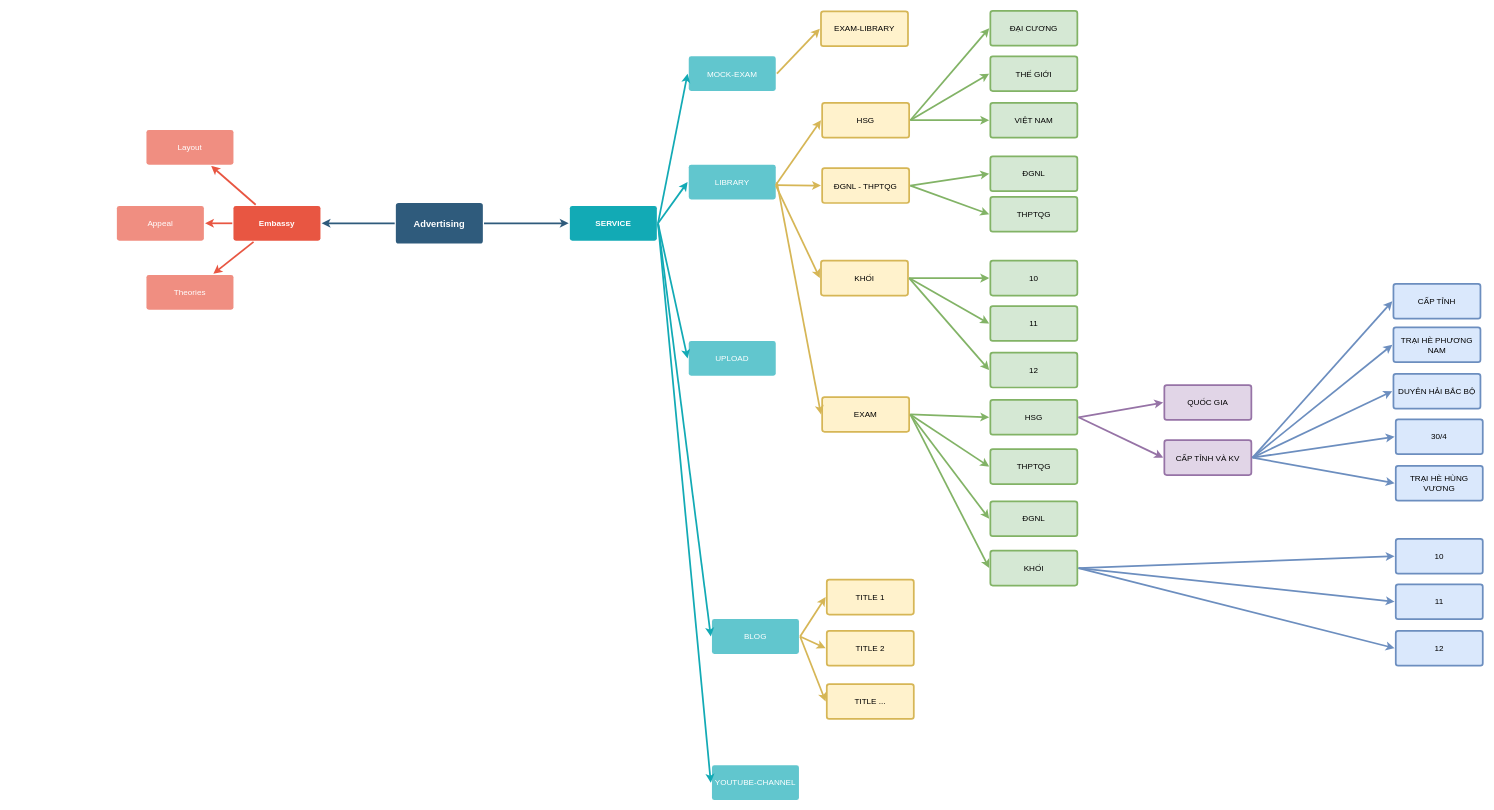
Before: diagram-system.drawio in GEO-PRO/.github, a draw.io diagram. Source tidied: cells renumbered, new cells numbered last; positions are measured from the earlier drawing's top-left corner, leaving out a move shared by most shapes. Both pictures are drawn from the tidied source at 58%, with x=0, y=0 at pixel (117, 10).
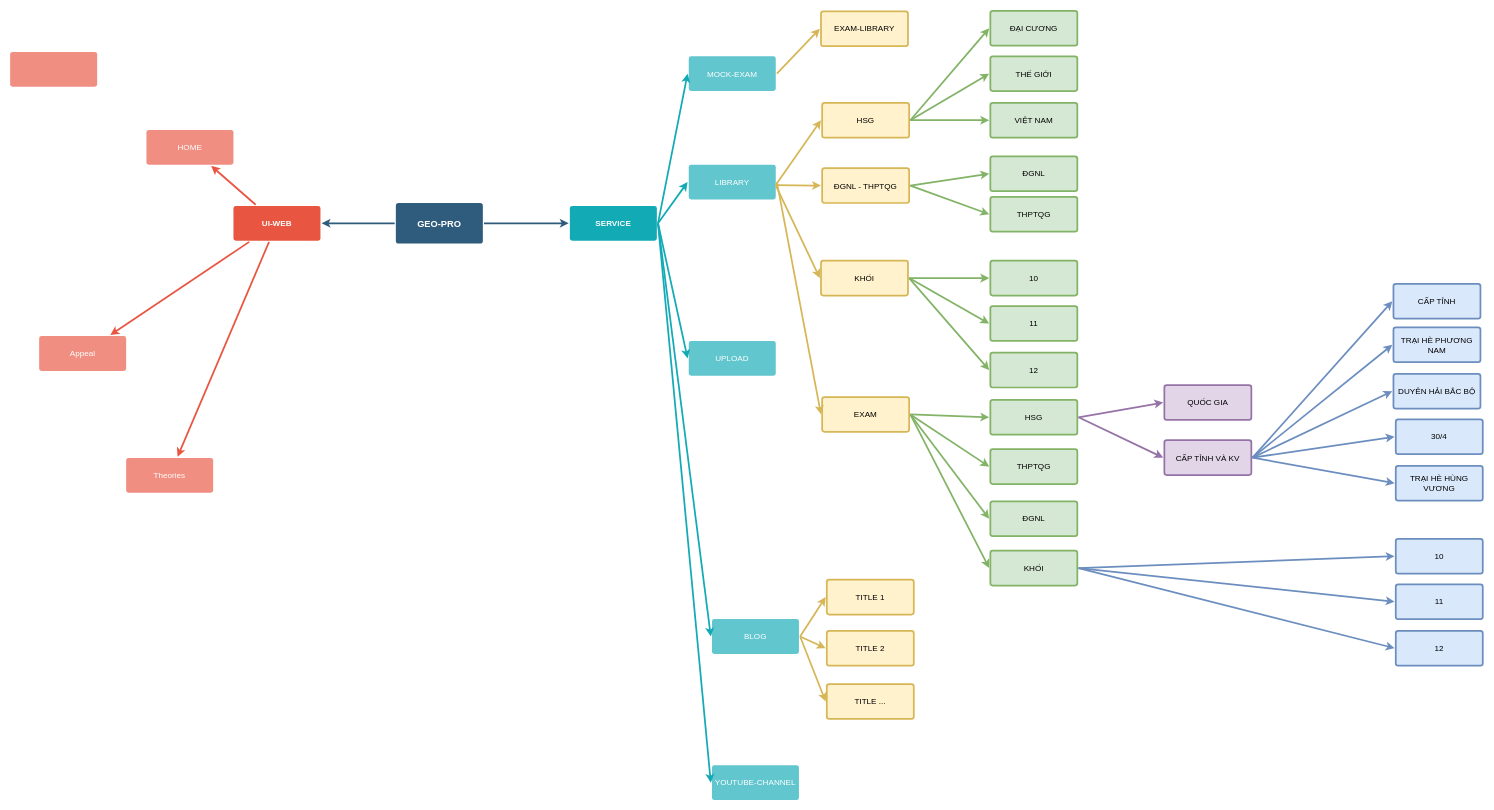
The same page after the edit.

The edit, as a diff of the source:
```diff
@@
-    <mxCell id="4" value="Advertising" style="rounded=1;whiteSpace=wrap;html=1;shadow=0;labelBackgroundColor=none;strokeColor=none;strokeWidth=3;fillColor=#2F5B7C;fontFamily=Helvetica;fontSize=16;fontColor=#FFFFFF;align=center;fontStyle=1;spacing=5;arcSize=7;perimeterSpacing=2;" parent="1" vertex="1">
+    <mxCell id="4" value="GEO-PRO" style="rounded=1;whiteSpace=wrap;html=1;shadow=0;labelBackgroundColor=none;strokeColor=none;strokeWidth=3;fillColor=#2F5B7C;fontFamily=Helvetica;fontSize=16;fontColor=#FFFFFF;align=center;fontStyle=1;spacing=5;arcSize=7;perimeterSpacing=2;" parent="1" vertex="1">
       <mxGeometry x="481" y="331.5" width="150" height="70" as="geometry" />
     </mxCell>
@@
-    <mxCell id="8" value="Embassy" style="rounded=1;whiteSpace=wrap;html=1;shadow=0;labelBackgroundColor=none;strokeColor=none;strokeWidth=3;fillColor=#e85642;fontFamily=Helvetica;fontSize=14;fontColor=#FFFFFF;align=center;spacing=5;fontStyle=1;arcSize=7;perimeterSpacing=2;" parent="1" vertex="1">
+    <mxCell id="8" value="UI-WEB" style="rounded=1;whiteSpace=wrap;html=1;shadow=0;labelBackgroundColor=none;strokeColor=none;strokeWidth=3;fillColor=#e85642;fontFamily=Helvetica;fontSize=14;fontColor=#FFFFFF;align=center;spacing=5;fontStyle=1;arcSize=7;perimeterSpacing=2;" parent="1" vertex="1">
       <mxGeometry x="201" y="336.5" width="150" height="60" as="geometry" />
     </mxCell>
     <mxCell id="9" value="Theories" style="rounded=1;whiteSpace=wrap;html=1;shadow=0;labelBackgroundColor=none;strokeColor=none;strokeWidth=3;fillColor=#f08e81;fontFamily=Helvetica;fontSize=14;fontColor=#FFFFFF;align=center;spacing=5;fontStyle=0;arcSize=7;perimeterSpacing=2;" parent="1" vertex="1">
-      <mxGeometry x="51" y="455.5" width="150" height="60" as="geometry" />
+      <mxGeometry x="16" y="771" width="150" height="60" as="geometry" />
     </mxCell>
     <mxCell id="10" value="Appeal" style="rounded=1;whiteSpace=wrap;html=1;shadow=0;labelBackgroundColor=none;strokeColor=none;strokeWidth=3;fillColor=#f08e81;fontFamily=Helvetica;fontSize=14;fontColor=#FFFFFF;align=center;spacing=5;fontStyle=0;arcSize=7;perimeterSpacing=2;" parent="1" vertex="1">
-      <mxGeometry y="336.5" width="150" height="60" as="geometry" />
+      <mxGeometry x="-134" y="561" width="150" height="60" as="geometry" />
     </mxCell>
-    <mxCell id="11" value="Layout" style="rounded=1;whiteSpace=wrap;html=1;shadow=0;labelBackgroundColor=none;strokeColor=none;strokeWidth=3;fillColor=#f08e81;fontFamily=Helvetica;fontSize=14;fontColor=#FFFFFF;align=center;spacing=5;fontStyle=0;arcSize=7;perimeterSpacing=2;" parent="1" vertex="1">
+    <mxCell id="11" value="HOME" style="rounded=1;whiteSpace=wrap;html=1;shadow=0;labelBackgroundColor=none;strokeColor=none;strokeWidth=3;fillColor=#f08e81;fontFamily=Helvetica;fontSize=14;fontColor=#FFFFFF;align=center;spacing=5;fontStyle=0;arcSize=7;perimeterSpacing=2;" parent="1" vertex="1">
       <mxGeometry x="51" y="205.5" width="150" height="60" as="geometry" />
     </mxCell>
@@
+    <mxCell id="83" style="rounded=1;whiteSpace=wrap;html=1;shadow=0;labelBackgroundColor=none;strokeColor=none;strokeWidth=3;fillColor=#f08e81;fontFamily=Helvetica;fontSize=14;fontColor=#FFFFFF;align=center;spacing=5;fontStyle=0;arcSize=7;perimeterSpacing=2;" parent="1" vertex="1">
+      <mxGeometry x="-184" y="71" width="150" height="60" as="geometry" />
+    </mxCell>
```
